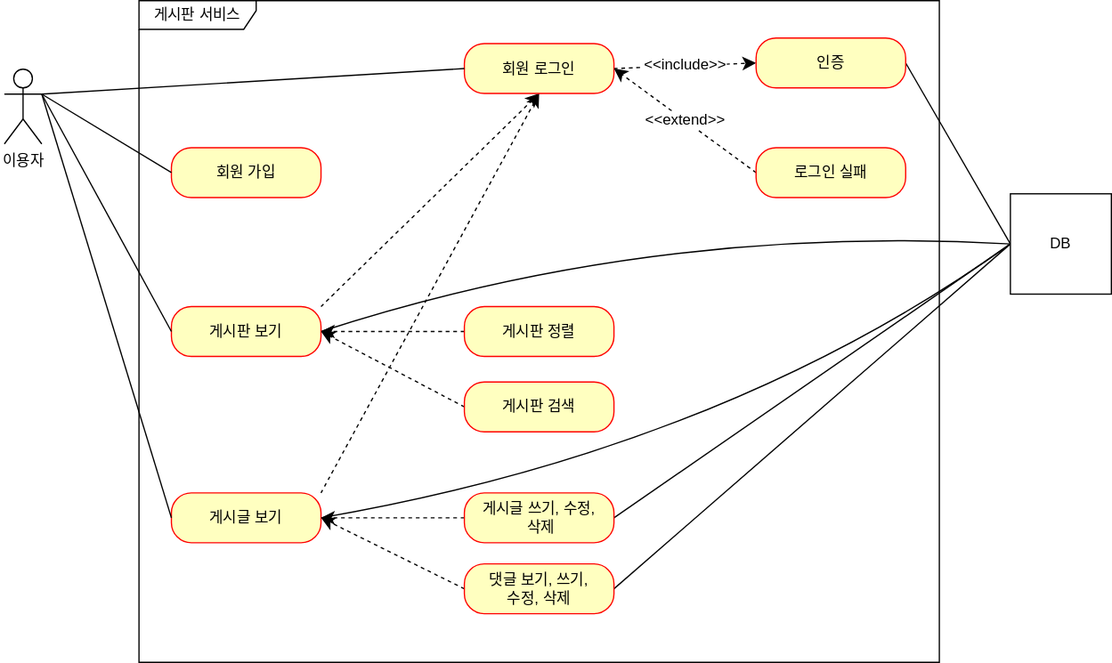
Earlier version of the draw.io export document/use-case.svg (ajs9303/fastcampus-project-board). Source tidied: cells renumbered, new cells last; positions are measured from the earlier drawing's top-left corner, leaving out a move shared by most shapes.
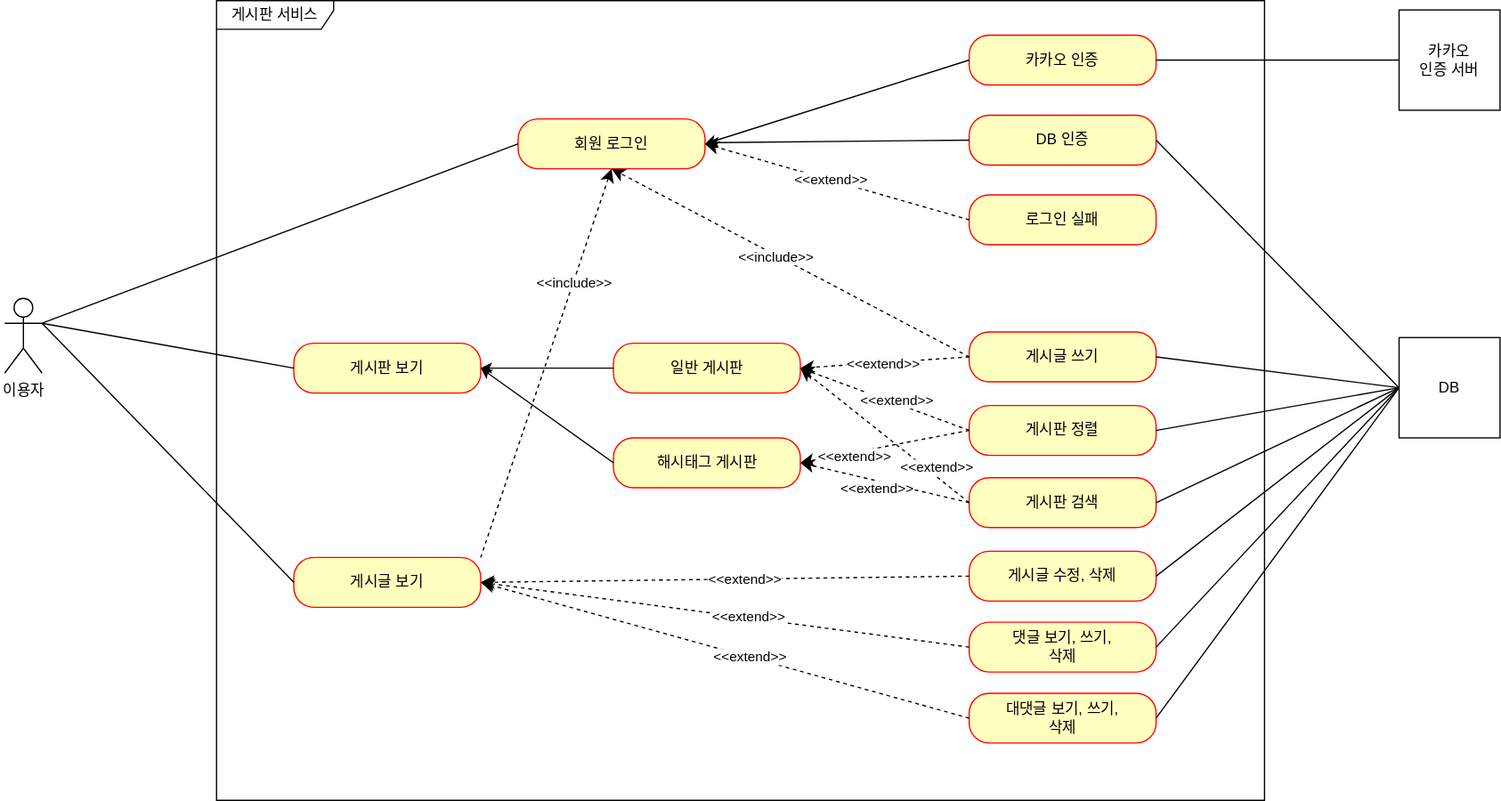
Above is the later version.

Commit message:
#44 - use-case.svg: 카카오 인증 유즈케이스 추가(대댓글은 미리 표현하였음)

What changed in the source:
```diff
@@ -3,91 +3,40 @@
     <mxCell id="0" />
     <mxCell id="1" parent="0" />
     <mxCell id="2" value="이용자" style="shape=umlActor;verticalLabelPosition=bottom;verticalAlign=top;html=1;" parent="1" vertex="1">
-      <mxGeometry y="55" width="30" height="60" as="geometry" />
+      <mxGeometry x="-111" y="221" width="30" height="60" as="geometry" />
     </mxCell>
     <mxCell id="3" value="게시판 서비스" style="shape=umlFrame;whiteSpace=wrap;html=1;width=94;height=23;" parent="1" vertex="1">
-      <mxGeometry x="108" width="642" height="531" as="geometry" />
+      <mxGeometry x="59" y="-18" width="841" height="642" as="geometry" />
     </mxCell>
-    <mxCell id="4" value="회원 가입" style="rounded=1;whiteSpace=wrap;html=1;arcSize=40;fontColor=#000000;fillColor=#ffffc0;strokeColor=#ff0000;" parent="1" vertex="1">
-      <mxGeometry x="134" y="118" width="120" height="40" as="geometry" />
-    </mxCell>
-    <mxCell id="5" style="edgeStyle=none;curved=1;rounded=0;jettySize=auto;html=1;exitX=1;exitY=0;exitDx=0;exitDy=0;entryX=0.5;entryY=1;entryDx=0;entryDy=0;fontSize=12;startSize=8;endSize=8;dashed=1;" parent="1" edge="1" source="7" target="12">
-      <mxGeometry relative="1" as="geometry" />
-    </mxCell>
-    <mxCell id="6" style="edgeStyle=none;curved=1;rounded=0;jettySize=auto;html=1;exitX=1;exitY=0.5;exitDx=0;exitDy=0;entryX=0;entryY=0.5;entryDx=0;entryDy=0;fontSize=12;startSize=8;endSize=8;endArrow=none;endFill=0;" parent="1" edge="1" source="7" target="31">
-      <mxGeometry relative="1" as="geometry">
-        <Array as="points">
-          <mxPoint x="520" y="179" />
-        </Array>
-      </mxGeometry>
-    </mxCell>
     <mxCell id="7" value="게시판 보기" style="rounded=1;whiteSpace=wrap;html=1;arcSize=40;fontColor=#000000;fillColor=#ffffc0;strokeColor=#ff0000;" parent="1" vertex="1">
-      <mxGeometry x="134" y="245.5" width="120" height="40" as="geometry" />
+      <mxGeometry x="121" y="257" width="150" height="40" as="geometry" />
     </mxCell>
     <mxCell id="8" style="edgeStyle=none;curved=1;rounded=0;jettySize=auto;html=1;exitX=1;exitY=0;exitDx=0;exitDy=0;entryX=0.5;entryY=1;entryDx=0;entryDy=0;fontSize=12;startSize=8;endSize=8;dashed=1;" parent="1" edge="1" source="10" target="12">
       <mxGeometry relative="1" as="geometry" />
     </mxCell>
-    <mxCell id="9" style="edgeStyle=none;curved=1;rounded=0;jettySize=auto;html=1;exitX=1;exitY=0.5;exitDx=0;exitDy=0;entryX=0;entryY=0.5;entryDx=0;entryDy=0;fontSize=12;startSize=8;endSize=8;endArrow=none;endFill=0;" parent="1" edge="1" source="10" target="31">
-      <mxGeometry relative="1" as="geometry">
-        <Array as="points">
-          <mxPoint x="578" y="359" />
-        </Array>
-      </mxGeometry>
-    </mxCell>
+    <mxCell id="32" value="&amp;lt;&amp;lt;include&amp;gt;&amp;gt;" style="edgeLabel;html=1;align=center;verticalAlign=middle;" parent="8" vertex="1">
+      <mxGeometry x="0.3" y="-5" relative="1" as="geometry">
+        <mxPoint x="2" y="-19" as="offset" />
+      </mxGeometry>
+    </mxCell>
     <mxCell id="10" value="게시글 보기" style="rounded=1;whiteSpace=wrap;html=1;arcSize=40;fontColor=#000000;fillColor=#ffffc0;strokeColor=#ff0000;" parent="1" vertex="1">
-      <mxGeometry x="134" y="395" width="120" height="40" as="geometry" />
+      <mxGeometry x="121" y="429" width="150" height="40" as="geometry" />
     </mxCell>
-    <mxCell id="11" value="&amp;lt;&amp;lt;include&amp;gt;&amp;gt;" style="edgeStyle=none;curved=1;rounded=0;jettySize=auto;html=1;exitX=1;exitY=0.5;exitDx=0;exitDy=0;entryX=0;entryY=0.5;entryDx=0;entryDy=0;fontSize=12;startSize=8;endSize=8;endArrow=classic;endFill=1;dashed=1;" parent="1" edge="1" source="12" target="14">
-      <mxGeometry relative="1" as="geometry" />
-    </mxCell>
     <mxCell id="12" value="회원 로그인" style="rounded=1;whiteSpace=wrap;html=1;arcSize=40;fontColor=#000000;fillColor=#ffffc0;strokeColor=#ff0000;" parent="1" vertex="1">
-      <mxGeometry x="369" y="34.5" width="120" height="40" as="geometry" />
+      <mxGeometry x="301" y="77" width="150" height="40" as="geometry" />
     </mxCell>
-    <mxCell id="13" style="edgeStyle=none;curved=1;rounded=0;jettySize=auto;html=1;exitX=1;exitY=0.5;exitDx=0;exitDy=0;entryX=0;entryY=0.5;entryDx=0;entryDy=0;fontSize=12;startSize=8;endSize=8;endArrow=none;endFill=0;" parent="1" edge="1" source="14" target="31">
-      <mxGeometry relative="1" as="geometry" />
-    </mxCell>
-    <mxCell id="14" value="인증" style="rounded=1;whiteSpace=wrap;html=1;arcSize=40;fontColor=#000000;fillColor=#ffffc0;strokeColor=#ff0000;" parent="1" vertex="1">
-      <mxGeometry x="603" y="30" width="120" height="40" as="geometry" />
+    <mxCell id="14" value="DB 인증" style="rounded=1;whiteSpace=wrap;html=1;arcSize=40;fontColor=#000000;fillColor=#ffffc0;strokeColor=#ff0000;" parent="1" vertex="1">
+      <mxGeometry x="663" y="74" width="150" height="40" as="geometry" />
     </mxCell>
-    <mxCell id="15" value="&amp;lt;&amp;lt;extend&amp;gt;&amp;gt;" style="edgeStyle=none;curved=1;rounded=0;jettySize=auto;html=1;exitX=0;exitY=0.5;exitDx=0;exitDy=0;entryX=1;entryY=0.5;entryDx=0;entryDy=0;fontSize=12;startSize=8;endSize=8;endArrow=classic;endFill=1;dashed=1;" parent="1" edge="1" source="16" target="12">
-      <mxGeometry relative="1" as="geometry" />
-    </mxCell>
     <mxCell id="16" value="로그인 실패" style="rounded=1;whiteSpace=wrap;html=1;arcSize=40;fontColor=#000000;fillColor=#ffffc0;strokeColor=#ff0000;" parent="1" vertex="1">
-      <mxGeometry x="603" y="118" width="120" height="40" as="geometry" />
+      <mxGeometry x="663" y="138" width="150" height="40" as="geometry" />
     </mxCell>
-    <mxCell id="17" style="edgeStyle=none;curved=1;rounded=0;jettySize=auto;html=1;exitX=0;exitY=0.5;exitDx=0;exitDy=0;entryX=1;entryY=0.5;entryDx=0;entryDy=0;fontSize=12;startSize=8;endSize=8;dashed=1;" parent="1" edge="1" source="18" target="7">
-      <mxGeometry relative="1" as="geometry" />
-    </mxCell>
-    <mxCell id="18" value="게시판 정렬" style="rounded=1;whiteSpace=wrap;html=1;arcSize=40;fontColor=#000000;fillColor=#ffffc0;strokeColor=#ff0000;" parent="1" vertex="1">
-      <mxGeometry x="369" y="245.5" width="120" height="40" as="geometry" />
-    </mxCell>
-    <mxCell id="19" style="edgeStyle=none;curved=1;rounded=0;jettySize=auto;html=1;exitX=0;exitY=0.5;exitDx=0;exitDy=0;entryX=1;entryY=0.5;entryDx=0;entryDy=0;fontSize=12;startSize=8;endSize=8;dashed=1;" parent="1" edge="1" source="20" target="7">
-      <mxGeometry relative="1" as="geometry" />
-    </mxCell>
-    <mxCell id="20" value="게시판 검색" style="rounded=1;whiteSpace=wrap;html=1;arcSize=40;fontColor=#000000;fillColor=#ffffc0;strokeColor=#ff0000;" parent="1" vertex="1">
-      <mxGeometry x="369" y="306" width="120" height="40" as="geometry" />
-    </mxCell>
-    <mxCell id="21" style="edgeStyle=none;curved=1;rounded=0;jettySize=auto;html=1;exitX=0;exitY=0.5;exitDx=0;exitDy=0;entryX=1;entryY=0.5;entryDx=0;entryDy=0;fontSize=12;startSize=8;endSize=8;dashed=1;" parent="1" edge="1" source="23" target="10">
-      <mxGeometry relative="1" as="geometry" />
-    </mxCell>
-    <mxCell id="22" style="edgeStyle=none;curved=1;rounded=0;jettySize=auto;html=1;exitX=1;exitY=0.5;exitDx=0;exitDy=0;entryX=0;entryY=0.5;entryDx=0;entryDy=0;fontSize=12;startSize=8;endSize=8;endArrow=none;endFill=0;" parent="1" edge="1" source="23" target="31">
-      <mxGeometry relative="1" as="geometry" />
-    </mxCell>
-    <mxCell id="23" value="게시글 쓰기, 수정,&lt;div&gt;&amp;nbsp;삭제&lt;/div&gt;" style="rounded=1;whiteSpace=wrap;html=1;arcSize=40;fontColor=#000000;fillColor=#ffffc0;strokeColor=#ff0000;" parent="1" vertex="1">
-      <mxGeometry x="369" y="395" width="120" height="40" as="geometry" />
+    <mxCell id="23" value="게시글 수정,&amp;nbsp;&lt;span style=&quot;background-color: initial;&quot;&gt;삭제&lt;/span&gt;" style="rounded=1;whiteSpace=wrap;html=1;arcSize=40;fontColor=#000000;fillColor=#ffffc0;strokeColor=#ff0000;" parent="1" vertex="1">
+      <mxGeometry x="663" y="424" width="150" height="40" as="geometry" />
     </mxCell>
-    <mxCell id="24" style="edgeStyle=none;curved=1;rounded=0;jettySize=auto;html=1;exitX=0;exitY=0.5;exitDx=0;exitDy=0;entryX=1;entryY=0.5;entryDx=0;entryDy=0;fontSize=12;startSize=8;endSize=8;dashed=1;" parent="1" edge="1" source="26" target="10">
-      <mxGeometry relative="1" as="geometry" />
-    </mxCell>
-    <mxCell id="25" style="edgeStyle=none;curved=1;rounded=0;jettySize=auto;html=1;exitX=1;exitY=0.5;exitDx=0;exitDy=0;entryX=0;entryY=0.5;entryDx=0;entryDy=0;fontSize=12;startSize=8;endSize=8;endArrow=none;endFill=0;" parent="1" edge="1" source="26" target="31">
-      <mxGeometry relative="1" as="geometry" />
-    </mxCell>
-    <mxCell id="26" value="댓글 보기, 쓰기,&lt;div&gt;수정, 삭제&lt;/div&gt;" style="rounded=1;whiteSpace=wrap;html=1;arcSize=40;fontColor=#000000;fillColor=#ffffc0;strokeColor=#ff0000;" parent="1" vertex="1">
-      <mxGeometry x="369" y="452" width="120" height="40" as="geometry" />
+    <mxCell id="26" value="대댓글 보기, 쓰기,&lt;div&gt;삭제&lt;/div&gt;" style="rounded=1;whiteSpace=wrap;html=1;arcSize=40;fontColor=#000000;fillColor=#ffffc0;strokeColor=#ff0000;" parent="1" vertex="1">
+      <mxGeometry x="663" y="538" width="150" height="40" as="geometry" />
     </mxCell>
-    <mxCell id="27" style="edgeStyle=none;curved=1;rounded=0;jettySize=auto;html=1;exitX=0;exitY=0.5;exitDx=0;exitDy=0;entryX=1;entryY=0.3333333333333333;entryDx=0;entryDy=0;entryPerimeter=0;fontSize=12;startSize=8;endSize=8;endArrow=none;endFill=0;" parent="1" edge="1" source="4" target="2">
-      <mxGeometry relative="1" as="geometry" />
-    </mxCell>
     <mxCell id="28" style="edgeStyle=none;curved=1;rounded=0;jettySize=auto;html=1;exitX=0;exitY=0.5;exitDx=0;exitDy=0;entryX=1;entryY=0.3333333333333333;entryDx=0;entryDy=0;entryPerimeter=0;fontSize=12;startSize=8;endSize=8;endArrow=none;endFill=0;" parent="1" edge="1" source="12" target="2">
       <mxGeometry relative="1" as="geometry" />
     </mxCell>
@@ -98,7 +47,149 @@
       <mxGeometry relative="1" as="geometry" />
     </mxCell>
     <mxCell id="31" value="DB" style="html=1;whiteSpace=wrap;" parent="1" vertex="1">
-      <mxGeometry x="807" y="155" width="81" height="80.5" as="geometry" />
+      <mxGeometry x="1008" y="252.5" width="81" height="80.5" as="geometry" />
     </mxCell>
+    <mxCell id="33" value="카카오&lt;div&gt;인증 서버&lt;/div&gt;" style="html=1;whiteSpace=wrap;" parent="1" vertex="1">
+      <mxGeometry x="1008" y="-10.5" width="81" height="80.5" as="geometry" />
+    </mxCell>
+    <mxCell id="34" value="카카오 인증" style="rounded=1;whiteSpace=wrap;html=1;arcSize=40;fontColor=#000000;fillColor=#ffffc0;strokeColor=#ff0000;" parent="1" vertex="1">
+      <mxGeometry x="663" y="9.8" width="150" height="40" as="geometry" />
+    </mxCell>
+    <mxCell id="35" value="게시글 쓰기" style="rounded=1;whiteSpace=wrap;html=1;arcSize=40;fontColor=#000000;fillColor=#ffffc0;strokeColor=#ff0000;" parent="1" vertex="1">
+      <mxGeometry x="663" y="248" width="150" height="40" as="geometry" />
+    </mxCell>
+    <mxCell id="18" value="게시판 정렬" style="rounded=1;whiteSpace=wrap;html=1;arcSize=40;fontColor=#000000;fillColor=#ffffc0;strokeColor=#ff0000;" parent="1" vertex="1">
+      <mxGeometry x="663" y="307" width="150" height="40" as="geometry" />
+    </mxCell>
+    <mxCell id="20" value="게시판 검색" style="rounded=1;whiteSpace=wrap;html=1;arcSize=40;fontColor=#000000;fillColor=#ffffc0;strokeColor=#ff0000;" parent="1" vertex="1">
+      <mxGeometry x="663" y="365" width="150" height="40" as="geometry" />
+    </mxCell>
+    <mxCell id="36" value="댓글 보기, 쓰기,&lt;div&gt;삭제&lt;/div&gt;" style="rounded=1;whiteSpace=wrap;html=1;arcSize=40;fontColor=#000000;fillColor=#ffffc0;strokeColor=#ff0000;" parent="1" vertex="1">
+      <mxGeometry x="663" y="481" width="150" height="40" as="geometry" />
+    </mxCell>
+    <mxCell id="37" value="일반 게시판" style="rounded=1;whiteSpace=wrap;html=1;arcSize=40;fontColor=#000000;fillColor=#ffffc0;strokeColor=#ff0000;" parent="1" vertex="1">
+      <mxGeometry x="377.5" y="257" width="150" height="40" as="geometry" />
+    </mxCell>
+    <mxCell id="38" value="해시태그 게시판" style="rounded=1;whiteSpace=wrap;html=1;arcSize=40;fontColor=#000000;fillColor=#ffffc0;strokeColor=#ff0000;" parent="1" vertex="1">
+      <mxGeometry x="377.5" y="333" width="150" height="40" as="geometry" />
+    </mxCell>
+    <mxCell id="39" style="endArrow=none;html=1;rounded=0;entryX=0;entryY=0.5;entryDx=0;entryDy=0;exitX=1;exitY=0.5;exitDx=0;exitDy=0;" parent="1" edge="1" source="34" target="33">
+      <mxGeometry relative="1" as="geometry" />
+    </mxCell>
+    <mxCell id="13" style="endArrow=none;html=1;rounded=0;exitX=1;exitY=0.5;exitDx=0;exitDy=0;entryX=0;entryY=0.5;entryDx=0;entryDy=0;" parent="1" edge="1" source="14" target="31">
+      <mxGeometry relative="1" as="geometry" />
+    </mxCell>
+    <mxCell id="40" style="endArrow=none;html=1;rounded=0;exitX=1;exitY=0.5;exitDx=0;exitDy=0;entryX=0;entryY=0.5;entryDx=0;entryDy=0;" parent="1" edge="1" source="35" target="31">
+      <mxGeometry relative="1" as="geometry" />
+    </mxCell>
+    <mxCell id="41" style="endArrow=none;html=1;rounded=0;exitX=1;exitY=0.5;exitDx=0;exitDy=0;entryX=0;entryY=0.5;entryDx=0;entryDy=0;" parent="1" edge="1" source="18" target="31">
+      <mxGeometry relative="1" as="geometry" />
+    </mxCell>
+    <mxCell id="42" style="endArrow=none;html=1;rounded=0;exitX=1;exitY=0.5;exitDx=0;exitDy=0;entryX=0;entryY=0.5;entryDx=0;entryDy=0;" parent="1" edge="1" source="20" target="31">
+      <mxGeometry relative="1" as="geometry" />
+    </mxCell>
+    <mxCell id="22" style="endArrow=none;html=1;rounded=0;exitX=1;exitY=0.5;exitDx=0;exitDy=0;entryX=0;entryY=0.5;entryDx=0;entryDy=0;" parent="1" edge="1" source="23" target="31">
+      <mxGeometry relative="1" as="geometry" />
+    </mxCell>
+    <mxCell id="43" style="endArrow=none;html=1;rounded=0;exitX=1;exitY=0.5;exitDx=0;exitDy=0;entryX=0;entryY=0.5;entryDx=0;entryDy=0;" parent="1" edge="1" source="36" target="31">
+      <mxGeometry relative="1" as="geometry" />
+    </mxCell>
+    <mxCell id="25" style="endArrow=none;html=1;rounded=0;exitX=1;exitY=0.5;exitDx=0;exitDy=0;entryX=0;entryY=0.5;entryDx=0;entryDy=0;" parent="1" edge="1" source="26" target="31">
+      <mxGeometry relative="1" as="geometry" />
+    </mxCell>
+    <mxCell id="44" style="endArrow=classic;html=1;rounded=0;exitX=0;exitY=0.5;exitDx=0;exitDy=0;entryX=1;entryY=0.5;entryDx=0;entryDy=0;" parent="1" edge="1" source="38" target="7">
+      <mxGeometry relative="1" as="geometry" />
+    </mxCell>
+    <mxCell id="45" style="endArrow=classic;html=1;rounded=0;exitX=0;exitY=0.5;exitDx=0;exitDy=0;entryX=1;entryY=0.5;entryDx=0;entryDy=0;" parent="1" edge="1" source="37" target="7">
+      <mxGeometry relative="1" as="geometry" />
+    </mxCell>
+    <mxCell id="15" style="edgeStyle=none;curved=1;rounded=0;jettySize=auto;html=1;exitX=0;exitY=0.5;exitDx=0;exitDy=0;entryX=1;entryY=0.5;entryDx=0;entryDy=0;fontSize=12;startSize=8;endSize=8;dashed=1;" parent="1" edge="1" source="16" target="12">
+      <mxGeometry relative="1" as="geometry" />
+    </mxCell>
+    <mxCell id="46" value="&amp;lt;&amp;lt;extend&amp;gt;&amp;gt;" style="edgeLabel;html=1;align=center;verticalAlign=middle;" parent="15" vertex="1">
+      <mxGeometry x="0.3" y="-5" relative="1" as="geometry">
+        <mxPoint x="25" y="12" as="offset" />
+      </mxGeometry>
+    </mxCell>
+    <mxCell id="47" style="edgeStyle=none;curved=1;rounded=0;jettySize=auto;html=1;exitX=0;exitY=0.5;exitDx=0;exitDy=0;entryX=0.5;entryY=1;entryDx=0;entryDy=0;fontSize=12;startSize=8;endSize=8;dashed=1;" parent="1" edge="1" source="35" target="12">
+      <mxGeometry relative="1" as="geometry" />
+    </mxCell>
+    <mxCell id="48" value="&amp;lt;&amp;lt;include&amp;gt;&amp;gt;" style="edgeLabel;html=1;align=center;verticalAlign=middle;" parent="47" vertex="1">
+      <mxGeometry x="0.3" y="-5" relative="1" as="geometry">
+        <mxPoint x="29" y="22" as="offset" />
+      </mxGeometry>
+    </mxCell>
+    <mxCell id="49" style="edgeStyle=none;curved=1;rounded=0;jettySize=auto;html=1;exitX=0;exitY=0.5;exitDx=0;exitDy=0;entryX=1;entryY=0.5;entryDx=0;entryDy=0;fontSize=12;startSize=8;endSize=8;dashed=1;" parent="1" edge="1" source="35" target="37">
+      <mxGeometry relative="1" as="geometry" />
+    </mxCell>
+    <mxCell id="50" value="&amp;lt;&amp;lt;extend&amp;gt;&amp;gt;" style="edgeLabel;html=1;align=center;verticalAlign=middle;" parent="49" vertex="1">
+      <mxGeometry x="0.3" y="-5" relative="1" as="geometry">
+        <mxPoint x="19" y="5" as="offset" />
+      </mxGeometry>
+    </mxCell>
+    <mxCell id="51" style="edgeStyle=none;curved=1;rounded=0;jettySize=auto;html=1;exitX=0;exitY=0.5;exitDx=0;exitDy=0;entryX=1;entryY=0.5;entryDx=0;entryDy=0;fontSize=12;startSize=8;endSize=8;dashed=1;" parent="1" edge="1" source="18" target="37">
+      <mxGeometry relative="1" as="geometry" />
+    </mxCell>
+    <mxCell id="52" value="&amp;lt;&amp;lt;extend&amp;gt;&amp;gt;" style="edgeLabel;html=1;align=center;verticalAlign=middle;" parent="51" vertex="1">
+      <mxGeometry x="0.3" y="-5" relative="1" as="geometry">
+        <mxPoint x="28" y="13" as="offset" />
+      </mxGeometry>
+    </mxCell>
+    <mxCell id="53" style="edgeStyle=none;curved=1;rounded=0;jettySize=auto;html=1;exitX=0;exitY=0.5;exitDx=0;exitDy=0;entryX=1;entryY=0.5;entryDx=0;entryDy=0;fontSize=12;startSize=8;endSize=8;dashed=1;" parent="1" edge="1" source="20" target="37">
+      <mxGeometry relative="1" as="geometry" />
+    </mxCell>
+    <mxCell id="54" value="&amp;lt;&amp;lt;extend&amp;gt;&amp;gt;" style="edgeLabel;html=1;align=center;verticalAlign=middle;" parent="53" vertex="1">
+      <mxGeometry x="0.3" y="-5" relative="1" as="geometry">
+        <mxPoint x="59" y="46" as="offset" />
+      </mxGeometry>
+    </mxCell>
+    <mxCell id="55" style="edgeStyle=none;curved=1;rounded=0;jettySize=auto;html=1;exitX=0;exitY=0.5;exitDx=0;exitDy=0;entryX=1;entryY=0.5;entryDx=0;entryDy=0;fontSize=12;startSize=8;endSize=8;dashed=1;" parent="1" edge="1" source="18" target="38">
+      <mxGeometry relative="1" as="geometry" />
+    </mxCell>
+    <mxCell id="56" value="&amp;lt;&amp;lt;extend&amp;gt;&amp;gt;" style="edgeLabel;html=1;align=center;verticalAlign=middle;" parent="55" vertex="1">
+      <mxGeometry x="0.3" y="-5" relative="1" as="geometry">
+        <mxPoint x="-3" y="8" as="offset" />
+      </mxGeometry>
+    </mxCell>
+    <mxCell id="57" style="edgeStyle=none;curved=1;rounded=0;jettySize=auto;html=1;exitX=0;exitY=0.5;exitDx=0;exitDy=0;entryX=1;entryY=0.5;entryDx=0;entryDy=0;fontSize=12;startSize=8;endSize=8;dashed=1;" parent="1" edge="1" source="20" target="38">
+      <mxGeometry relative="1" as="geometry" />
+    </mxCell>
+    <mxCell id="58" value="&amp;lt;&amp;lt;extend&amp;gt;&amp;gt;" style="edgeLabel;html=1;align=center;verticalAlign=middle;" parent="57" vertex="1">
+      <mxGeometry x="0.3" y="-5" relative="1" as="geometry">
+        <mxPoint x="13" y="14" as="offset" />
+      </mxGeometry>
+    </mxCell>
+    <mxCell id="21" style="edgeStyle=none;curved=1;rounded=0;jettySize=auto;html=1;exitX=0;exitY=0.5;exitDx=0;exitDy=0;entryX=1;entryY=0.5;entryDx=0;entryDy=0;fontSize=12;startSize=8;endSize=8;dashed=1;" parent="1" edge="1" source="23" target="10">
+      <mxGeometry relative="1" as="geometry" />
+    </mxCell>
+    <mxCell id="59" value="&amp;lt;&amp;lt;extend&amp;gt;&amp;gt;" style="edgeLabel;html=1;align=center;verticalAlign=middle;" parent="21" vertex="1">
+      <mxGeometry x="0.3" y="-5" relative="1" as="geometry">
+        <mxPoint x="75" y="4" as="offset" />
+      </mxGeometry>
+    </mxCell>
+    <mxCell id="60" style="edgeStyle=none;curved=1;rounded=0;jettySize=auto;html=1;exitX=0;exitY=0.5;exitDx=0;exitDy=0;entryX=1;entryY=0.5;entryDx=0;entryDy=0;fontSize=12;startSize=8;endSize=8;dashed=1;" parent="1" edge="1" source="36" target="10">
+      <mxGeometry relative="1" as="geometry" />
+    </mxCell>
+    <mxCell id="61" value="&amp;lt;&amp;lt;extend&amp;gt;&amp;gt;" style="edgeLabel;html=1;align=center;verticalAlign=middle;" parent="60" vertex="1">
+      <mxGeometry x="0.3" y="-5" relative="1" as="geometry">
+        <mxPoint x="77" y="14" as="offset" />
+      </mxGeometry>
+    </mxCell>
+    <mxCell id="24" style="edgeStyle=none;curved=1;rounded=0;jettySize=auto;html=1;exitX=0;exitY=0.5;exitDx=0;exitDy=0;entryX=1;entryY=0.5;entryDx=0;entryDy=0;fontSize=12;startSize=8;endSize=8;dashed=1;" parent="1" edge="1" source="26" target="10">
+      <mxGeometry relative="1" as="geometry" />
+    </mxCell>
+    <mxCell id="62" value="&amp;lt;&amp;lt;extend&amp;gt;&amp;gt;" style="edgeLabel;html=1;align=center;verticalAlign=middle;" parent="24" vertex="1">
+      <mxGeometry x="0.3" y="-5" relative="1" as="geometry">
+        <mxPoint x="77" y="26" as="offset" />
+      </mxGeometry>
+    </mxCell>
+    <mxCell id="63" style="endArrow=classic;html=1;rounded=0;exitX=0;exitY=0.5;exitDx=0;exitDy=0;entryX=1;entryY=0.5;entryDx=0;entryDy=0;" parent="1" edge="1" source="34" target="12">
+      <mxGeometry relative="1" as="geometry" />
+    </mxCell>
+    <mxCell id="64" style="endArrow=classic;html=1;rounded=0;exitX=0;exitY=0.5;exitDx=0;exitDy=0;" parent="1" edge="1" source="14">
+      <mxGeometry relative="1" as="geometry">
+        <mxPoint x="453" y="96" as="targetPoint" />
+      </mxGeometry>
+    </mxCell>
   </root>
 </mxGraphModel>
```
